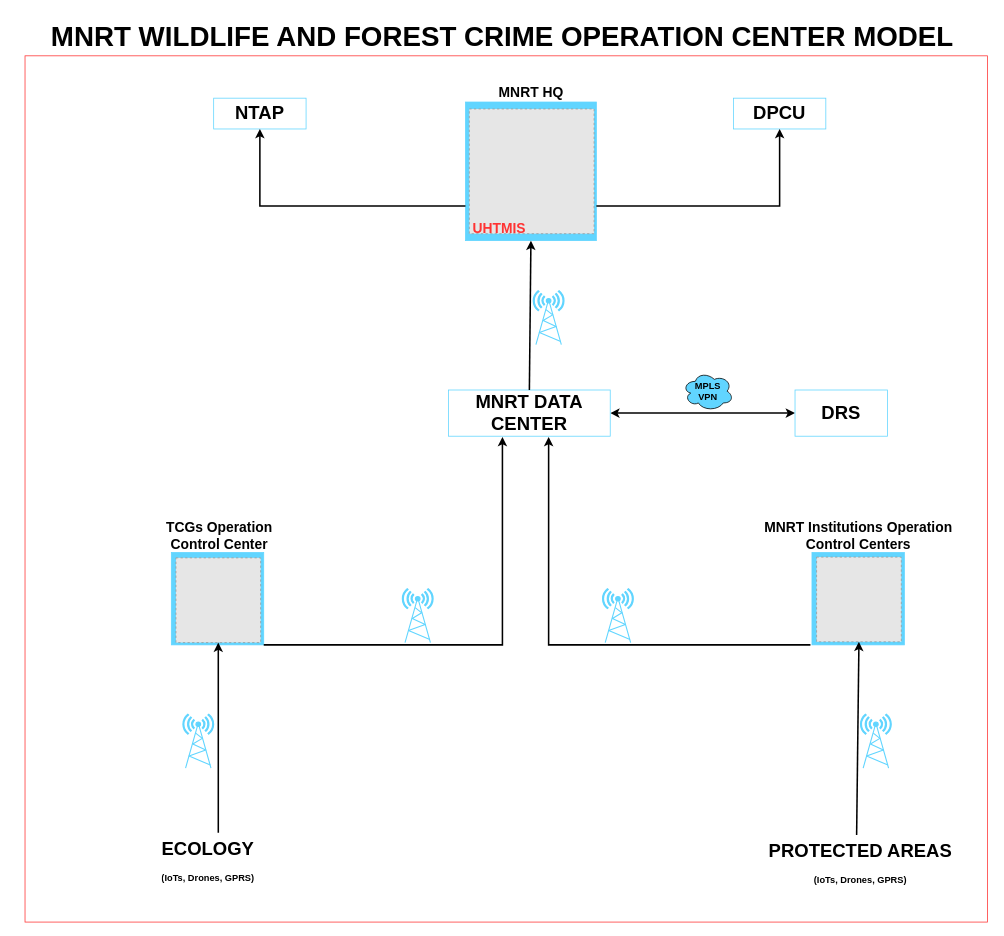
Earlier version of the draw.io diagram control-room.drawio (MbalamulaS/tech-diagrams). Source tidied: cells renumbered, new cells numbered last; positions are measured from the earlier drawing's top-left corner, leaving out a move shared by most shapes. Both pictures are drawn from the tidied source at 77%, with x=0, y=0 at pixel (13, 13). Pictures stored in the file or linked from it are replaced by grey dashed boxes.
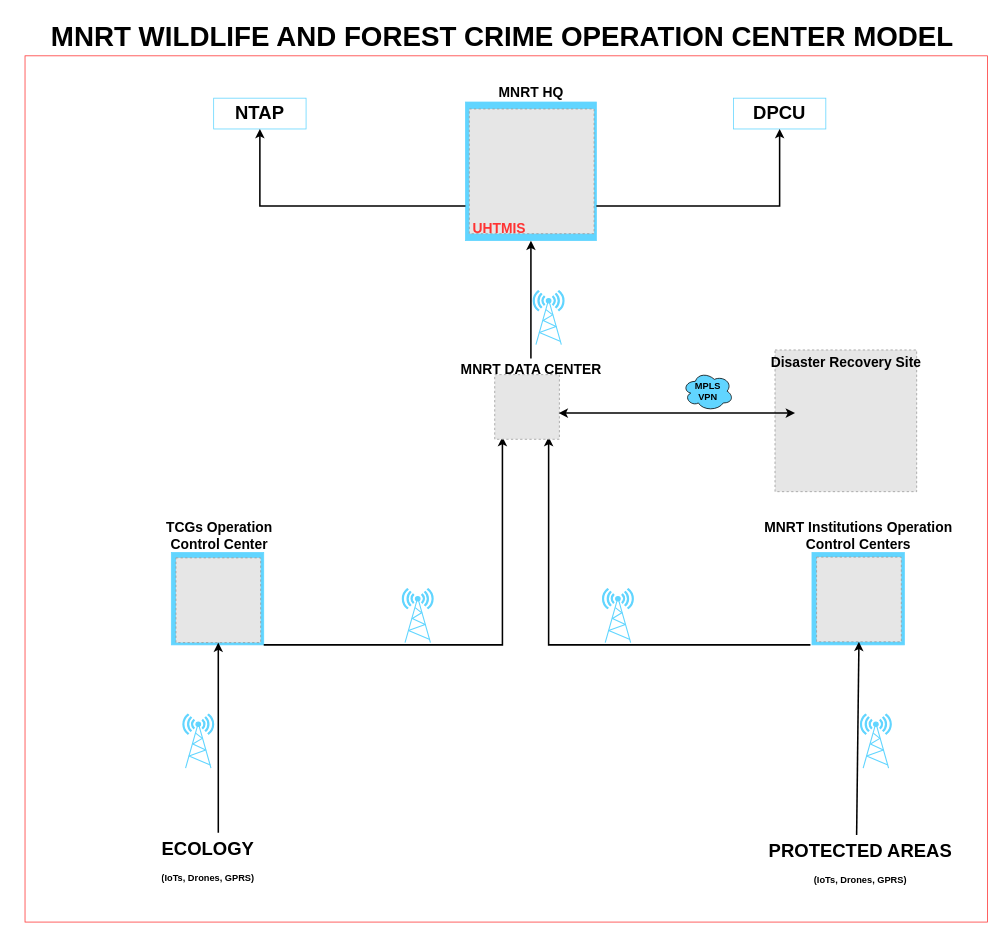
Above is the later version.

The change refers to these unchanged cells:
```xml
<mxCell id="22" style="rounded=0;whiteSpace=wrap;html=1;strokeColor=#61D5FF;fillColor=#61D5FF;" parent="1" vertex="1">
  <mxGeometry x="587" y="115" width="170" height="180" as="geometry" />
</mxCell>
```

What changed in the source:
```diff
@@
-    <mxCell id="6" style="endArrow=classic;startArrow=classic;html=1;rounded=0;shadow=0;strokeColor=default;strokeWidth=2;align=center;verticalAlign=middle;fontFamily=Helvetica;fontSize=11;fontColor=default;labelBackgroundColor=default;fillColor=#515151;exitX=0;exitY=0.5;exitDx=0;exitDy=0;entryX=1;entryY=0.5;entryDx=0;entryDy=0;" parent="1" edge="1" source="16" target="17">
-      <mxGeometry relative="1" as="geometry" />
-    </mxCell>
@@
-    <mxCell id="16" value="&lt;b&gt;&lt;font style=&quot;font-size: 24px;&quot;&gt;DRS&lt;/font&gt;&lt;/b&gt;" style="rounded=0;whiteSpace=wrap;html=1;strokeColor=#61D5FF;" parent="1" vertex="1">
-      <mxGeometry x="1015" y="489" width="120" height="60" as="geometry" />
-    </mxCell>
-    <mxCell id="17" value="&lt;b&gt;&lt;font style=&quot;font-size: 24px;&quot;&gt;MNRT DATA CENTER&lt;br&gt;&lt;/font&gt;&lt;/b&gt;" style="rounded=0;whiteSpace=wrap;html=1;strokeColor=#61D5FF;" parent="1" vertex="1">
-      <mxGeometry x="565" y="489" width="210" height="60" as="geometry" />
-    </mxCell>
@@
-    <mxCell id="27" style="endArrow=classic;html=1;rounded=0;shadow=0;strokeColor=default;strokeWidth=2;align=center;verticalAlign=middle;fontFamily=Helvetica;fontSize=11;fontColor=default;labelBackgroundColor=default;fillColor=#515151;exitX=0.5;exitY=0;exitDx=0;exitDy=0;entryX=0.5;entryY=1;entryDx=0;entryDy=0;" parent="1" edge="1" source="17" target="22">
+    <mxCell id="27" style="endArrow=classic;html=1;rounded=0;shadow=0;strokeColor=default;strokeWidth=2;align=center;verticalAlign=middle;fontFamily=Helvetica;fontSize=11;fontColor=default;labelBackgroundColor=default;fillColor=#515151;entryX=0.5;entryY=1;entryDx=0;entryDy=0;exitX=0.5;exitY=0;exitDx=0;exitDy=0;" parent="1" edge="1" source="17" target="22">
       <mxGeometry relative="1" as="geometry" />
     </mxCell>
@@
+    <mxCell id="35" style="fillColor=#E6E6E6;strokeColor=#999999;dashed=1;verticalLabelPosition=bottom;verticalAlign=top;" parent="1" vertex="1">
+      <mxGeometry x="625" y="469" width="84" height="84" as="geometry" />
+    </mxCell>
+    <mxCell id="17" value="&lt;font style=&quot;font-size: 18px;&quot;&gt;&lt;b&gt;MNRT DATA CENTER&lt;br&gt;&lt;/b&gt;&lt;/font&gt;" style="text;html=1;align=center;verticalAlign=middle;whiteSpace=wrap;rounded=0;" parent="1" vertex="1">
+      <mxGeometry x="568.5" y="448" width="207" height="30" as="geometry" />
+    </mxCell>
+    <mxCell id="36" style="fillColor=#E6E6E6;strokeColor=#999999;dashed=1;verticalLabelPosition=bottom;verticalAlign=top;" parent="1" vertex="1">
+      <mxGeometry x="989" y="437" width="184" height="184" as="geometry" />
+    </mxCell>
+    <mxCell id="6" style="endArrow=classic;startArrow=classic;html=1;rounded=0;shadow=0;strokeColor=default;strokeWidth=2;align=center;verticalAlign=middle;fontFamily=Helvetica;fontSize=11;fontColor=default;labelBackgroundColor=default;fillColor=#515151;exitX=0;exitY=0.5;exitDx=0;exitDy=0;entryX=0.988;entryY=0.595;entryDx=0;entryDy=0;entryPerimeter=0;" parent="1" edge="1" target="35">
+      <mxGeometry relative="1" as="geometry">
+        <mxPoint x="1015" y="519" as="sourcePoint" />
+      </mxGeometry>
+    </mxCell>
+    <mxCell id="37" value="&lt;font style=&quot;font-size: 18px;&quot;&gt;&lt;b&gt;Disaster Recovery Site&lt;br&gt;&lt;/b&gt;&lt;/font&gt;" style="text;html=1;align=center;verticalAlign=middle;whiteSpace=wrap;rounded=0;" parent="1" vertex="1">
+      <mxGeometry x="977.5" y="439" width="207" height="30" as="geometry" />
+    </mxCell>
```
